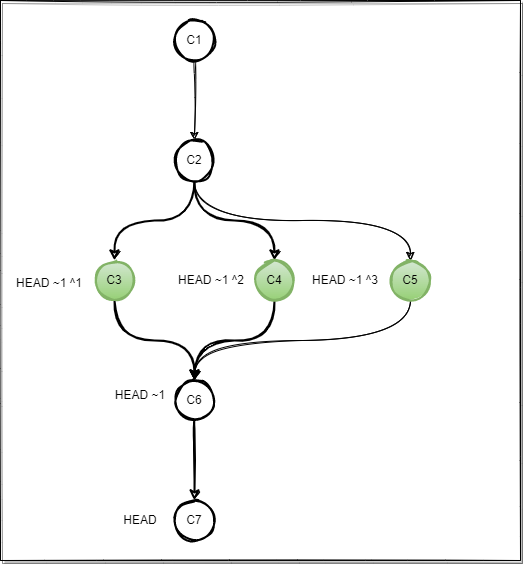
Above: Assets/images/git-selectors-caret.png in braboj/tutorial-git (draw.io), before the change. Source tidied: cells renumbered, new cells last; positions are measured from the earlier drawing's top-left corner, leaving out a move shared by most shapes.
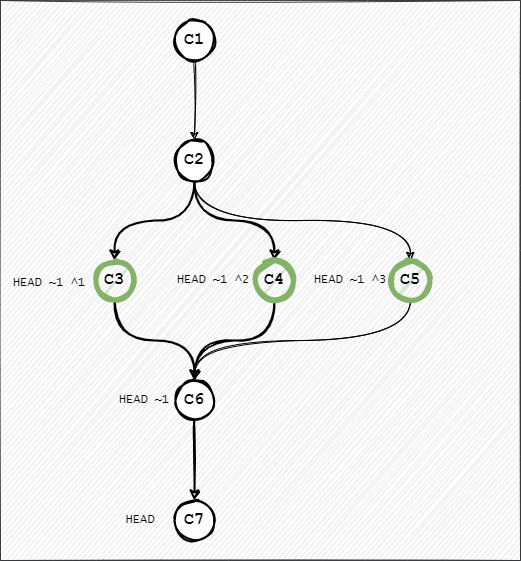
Above is the later version.

Change to the diagram source:
```diff
@@ -2,7 +2,7 @@
   <root>
     <mxCell id="0" />
     <mxCell id="1" parent="0" />
-    <mxCell id="2" style="whiteSpace=wrap;html=1;shadow=1;fillStyle=auto;sketch=1;" parent="1" vertex="1">
+    <mxCell id="2" style="whiteSpace=wrap;html=1;shadow=0;fillStyle=auto;sketch=1;fillColor=#EEEEEE;strokeColor=#36393d;" parent="1" vertex="1">
       <mxGeometry width="520" height="560" as="geometry" />
     </mxCell>
     <mxCell id="3" style="edgeStyle=orthogonalEdgeStyle;jettySize=auto;html=1;exitX=0.5;exitY=1;exitDx=0;exitDy=0;sketch=1;curved=1;" parent="1" edge="1" source="15" target="7">
@@ -17,13 +17,13 @@
     <mxCell id="6" style="edgeStyle=orthogonalEdgeStyle;jettySize=auto;html=1;entryX=0.5;entryY=0;entryDx=0;entryDy=0;exitX=0.5;exitY=1;exitDx=0;exitDy=0;sketch=1;curved=1;" parent="1" edge="1" source="7" target="21">
       <mxGeometry relative="1" as="geometry" />
     </mxCell>
-    <mxCell id="7" value="C2" style="ellipse;whiteSpace=wrap;html=1;strokeWidth=2;shadow=0;sketch=1;" parent="1" vertex="1">
+    <mxCell id="7" value="C2" style="ellipse;whiteSpace=wrap;html=1;strokeWidth=2;shadow=0;sketch=1;fontFamily=Courier New;fontSize=17;fontStyle=1;" parent="1" vertex="1">
       <mxGeometry x="174" y="140" width="40" height="40" as="geometry" />
     </mxCell>
     <mxCell id="8" style="edgeStyle=orthogonalEdgeStyle;jettySize=auto;html=1;exitX=0.5;exitY=1;exitDx=0;exitDy=0;strokeWidth=2;sketch=1;curved=1;" parent="1" edge="1" source="9" target="13">
       <mxGeometry relative="1" as="geometry" />
     </mxCell>
-    <mxCell id="9" value="C3" style="ellipse;whiteSpace=wrap;html=1;strokeWidth=2;sketch=1;fillColor=#d5e8d4;gradientColor=#97d077;strokeColor=#82b366;" parent="1" vertex="1">
+    <mxCell id="9" value="C3" style="ellipse;whiteSpace=wrap;html=1;strokeWidth=5;sketch=1;fillColor=#d5e8d4;strokeColor=#82b366;shadow=0;fontFamily=Courier New;fontSize=17;fontStyle=1;" parent="1" vertex="1">
       <mxGeometry x="94" y="260" width="40" height="40" as="geometry" />
     </mxCell>
     <mxCell id="10" style="edgeStyle=orthogonalEdgeStyle;jettySize=auto;html=1;exitX=0.5;exitY=1;exitDx=0;exitDy=0;strokeWidth=2;sketch=1;curved=1;" parent="1" edge="1" source="11">
@@ -31,32 +31,32 @@
         <mxPoint x="194" y="380" as="targetPoint" />
       </mxGeometry>
     </mxCell>
-    <mxCell id="11" value="C4" style="ellipse;whiteSpace=wrap;html=1;strokeWidth=2;sketch=1;fillColor=#d5e8d4;gradientColor=#97d077;strokeColor=#82b366;" parent="1" vertex="1">
+    <mxCell id="11" value="C4" style="ellipse;whiteSpace=wrap;html=1;strokeWidth=5;sketch=1;fillColor=#d5e8d4;strokeColor=#82b366;shadow=0;fontFamily=Courier New;fontSize=17;fontStyle=1;" parent="1" vertex="1">
       <mxGeometry x="254" y="260" width="40" height="40" as="geometry" />
     </mxCell>
     <mxCell id="12" style="edgeStyle=orthogonalEdgeStyle;jettySize=auto;html=1;strokeWidth=2;sketch=1;curved=1;" parent="1" edge="1" source="13" target="14">
       <mxGeometry relative="1" as="geometry" />
     </mxCell>
-    <mxCell id="13" value="C6" style="ellipse;whiteSpace=wrap;html=1;strokeWidth=2;sketch=1;" parent="1" vertex="1">
+    <mxCell id="13" value="C6" style="ellipse;whiteSpace=wrap;html=1;strokeWidth=2;sketch=1;fontFamily=Courier New;fontSize=17;fontStyle=1;" parent="1" vertex="1">
       <mxGeometry x="174" y="380" width="40" height="40" as="geometry" />
     </mxCell>
-    <mxCell id="14" value="C7" style="ellipse;whiteSpace=wrap;html=1;strokeWidth=2;sketch=1;" parent="1" vertex="1">
+    <mxCell id="14" value="C7" style="ellipse;whiteSpace=wrap;html=1;strokeWidth=2;sketch=1;fontFamily=Courier New;fontSize=17;fontStyle=1;" parent="1" vertex="1">
       <mxGeometry x="174" y="500" width="40" height="40" as="geometry" />
     </mxCell>
-    <mxCell id="15" value="C1" style="ellipse;whiteSpace=wrap;html=1;strokeWidth=2;shadow=0;sketch=1;" parent="1" vertex="1">
+    <mxCell id="15" value="C1" style="ellipse;whiteSpace=wrap;html=1;strokeWidth=2;shadow=0;sketch=1;fontFamily=Courier New;fontSize=17;fontStyle=1;" parent="1" vertex="1">
       <mxGeometry x="174" y="20" width="40" height="40" as="geometry" />
     </mxCell>
-    <mxCell id="16" value="HEAD" style="text;html=1;strokeColor=none;fillColor=none;align=center;verticalAlign=middle;whiteSpace=wrap;sketch=1;" parent="1" vertex="1">
+    <mxCell id="16" value="HEAD" style="text;html=1;strokeColor=none;fillColor=none;align=center;verticalAlign=middle;whiteSpace=wrap;sketch=1;fontFamily=Lucida Console;" parent="1" vertex="1">
       <mxGeometry x="110" y="505" width="60" height="30" as="geometry" />
     </mxCell>
-    <mxCell id="17" value="HEAD ~1" style="text;html=1;strokeColor=none;fillColor=none;align=center;verticalAlign=middle;whiteSpace=wrap;sketch=1;" parent="1" vertex="1">
-      <mxGeometry x="110" y="380" width="60" height="30" as="geometry" />
+    <mxCell id="17" value="HEAD ~1" style="text;html=1;strokeColor=none;fillColor=none;align=center;verticalAlign=middle;whiteSpace=wrap;sketch=1;fontFamily=Lucida Console;" parent="1" vertex="1">
+      <mxGeometry x="114" y="385" width="60" height="30" as="geometry" />
     </mxCell>
-    <mxCell id="18" value="HEAD ~1 ^1" style="text;html=1;strokeColor=none;fillColor=none;align=center;verticalAlign=middle;whiteSpace=wrap;sketch=1;" parent="1" vertex="1">
+    <mxCell id="18" value="HEAD ~1 ^1" style="text;html=1;strokeColor=none;fillColor=none;align=center;verticalAlign=middle;whiteSpace=wrap;sketch=1;fontFamily=Lucida Console;" parent="1" vertex="1">
       <mxGeometry x="4" y="265" width="90" height="35" as="geometry" />
     </mxCell>
-    <mxCell id="19" value="HEAD ~1 ^2" style="text;html=1;strokeColor=none;fillColor=none;align=center;verticalAlign=middle;whiteSpace=wrap;sketch=1;" parent="1" vertex="1">
-      <mxGeometry x="174" y="265" width="74" height="30" as="geometry" />
+    <mxCell id="19" value="HEAD ~1 ^2" style="text;html=1;strokeColor=none;fillColor=none;align=center;verticalAlign=middle;whiteSpace=wrap;sketch=1;fontFamily=Lucida Console;" parent="1" vertex="1">
+      <mxGeometry x="174" y="265" width="78" height="30" as="geometry" />
     </mxCell>
     <mxCell id="20" style="edgeStyle=orthogonalEdgeStyle;jettySize=auto;html=1;entryX=0.5;entryY=0;entryDx=0;entryDy=0;sketch=1;curved=1;" parent="1" edge="1" source="21" target="13">
       <mxGeometry relative="1" as="geometry">
@@ -66,11 +66,11 @@
         </Array>
       </mxGeometry>
     </mxCell>
-    <mxCell id="21" value="C5" style="ellipse;whiteSpace=wrap;html=1;strokeWidth=2;sketch=1;fillColor=#d5e8d4;gradientColor=#97d077;strokeColor=#82b366;" parent="1" vertex="1">
+    <mxCell id="21" value="C5" style="ellipse;whiteSpace=wrap;html=1;strokeWidth=5;sketch=1;fillColor=#d5e8d4;strokeColor=#82b366;shadow=0;fontFamily=Courier New;fontSize=17;fontStyle=1;" parent="1" vertex="1">
       <mxGeometry x="390" y="260" width="40" height="40" as="geometry" />
     </mxCell>
-    <mxCell id="22" value="HEAD ~1 ^3" style="text;html=1;strokeColor=none;fillColor=none;align=center;verticalAlign=middle;whiteSpace=wrap;sketch=1;" parent="1" vertex="1">
-      <mxGeometry x="310" y="265" width="70" height="30" as="geometry" />
+    <mxCell id="22" value="HEAD ~1 ^3" style="text;html=1;strokeColor=none;fillColor=none;align=center;verticalAlign=middle;whiteSpace=wrap;sketch=1;fontFamily=Lucida Console;" parent="1" vertex="1">
+      <mxGeometry x="310" y="265" width="80" height="30" as="geometry" />
     </mxCell>
   </root>
 </mxGraphModel>
```
